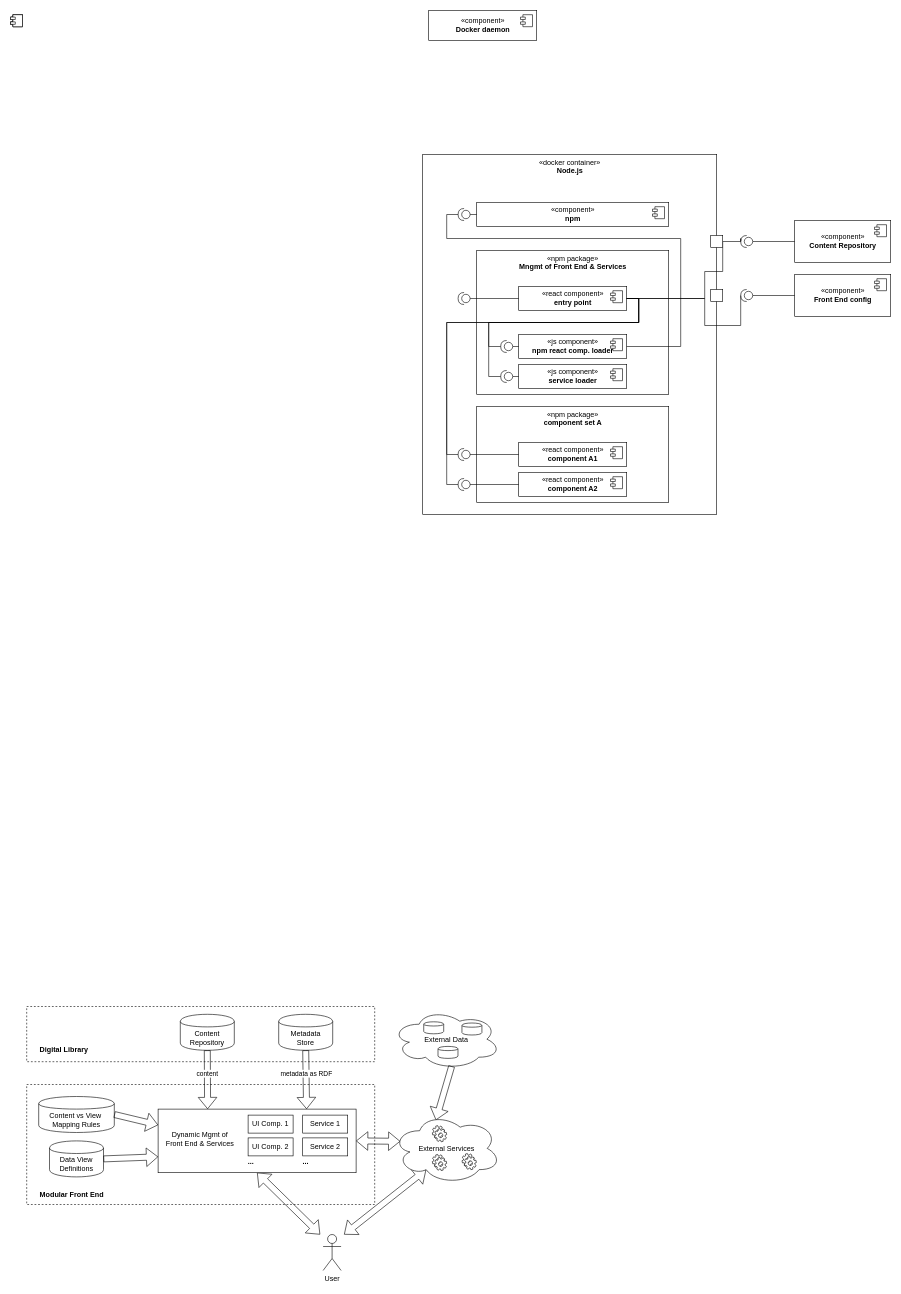
This is page "FrontEnd-UML" (3 of 3) of High Level.drawio from miguel76/ECODIGIT-architecture, a draw.io file, before an edit. Source tidied: cells renumbered, new cells numbered last; positions are measured from the earlier drawing's top-left corner, leaving out a move shared by most shapes. Both pictures are drawn from the tidied source at 60%, with x=0, y=0 at pixel (26, 10).
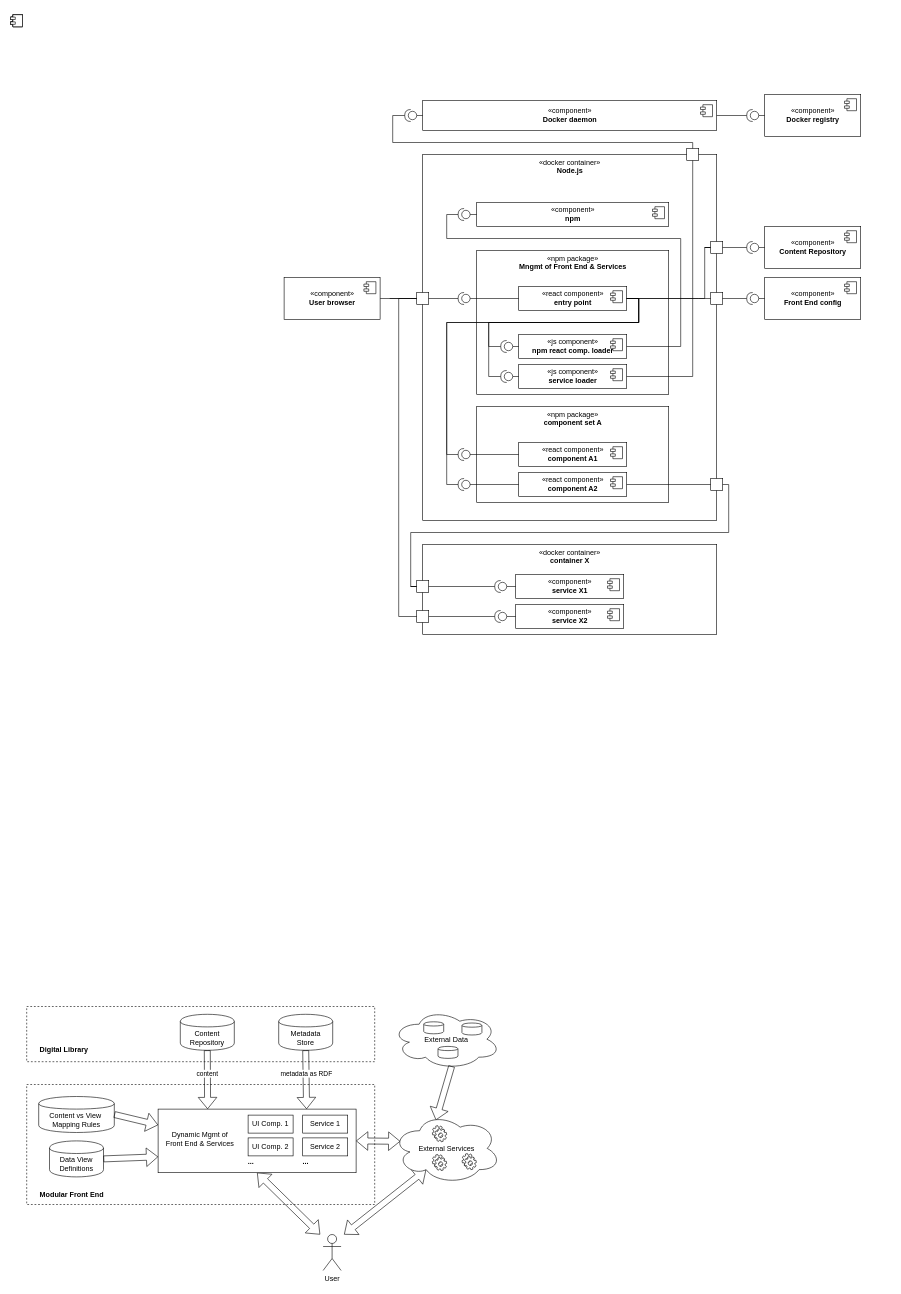
After the change.

Unchanged cells that the change refers to:
```xml
<mxCell id="55" value="«js component»&lt;br&gt;&lt;b&gt;service loader&lt;/b&gt;" style="html=1;" parent="1" vertex="1">
  <mxGeometry x="820" y="590" width="180" height="40" as="geometry" />
</mxCell>
<mxCell id="60" value="«react component»&lt;br&gt;&lt;b&gt;entry point&lt;/b&gt;" style="html=1;" parent="1" vertex="1">
  <mxGeometry x="820" y="460" width="180" height="40" as="geometry" />
</mxCell>
<mxCell id="63" style="shape=providedRequiredInterface;html=1;verticalLabelPosition=bottom;direction=west;" parent="1" vertex="1">
  <mxGeometry x="719" y="470" width="20" height="20" as="geometry" />
</mxCell>
<mxCell id="77" value="«react component»&lt;br&gt;&lt;b&gt;component A2&lt;/b&gt;" style="html=1;" parent="1" vertex="1">
  <mxGeometry x="820" y="770" width="180" height="40" as="geometry" />
</mxCell>
```

The edit, as a diff of the source:
```diff
@@
     <mxCell id="39" value="«component»&lt;br&gt;&lt;b&gt;Docker daemon&lt;/b&gt;" style="html=1;" parent="1" vertex="1">
-      <mxGeometry x="670" width="180" height="50" as="geometry" />
+      <mxGeometry x="660" y="150" width="490" height="50" as="geometry" />
     </mxCell>
@@
     <mxCell id="41" value="«docker container»&lt;br&gt;&lt;b&gt;Node.js&lt;/b&gt;" style="html=1;verticalAlign=top;" parent="1" vertex="1">
-      <mxGeometry x="660" y="240" width="490" height="600" as="geometry" />
+      <mxGeometry x="660" y="240" width="490" height="610" as="geometry" />
     </mxCell>
@@
     <mxCell id="45" value="«component»&lt;br&gt;&lt;b&gt;Content Repository&lt;br&gt;&lt;/b&gt;" style="html=1;" parent="1" vertex="1">
-      <mxGeometry x="1280" y="350" width="160" height="70" as="geometry" />
+      <mxGeometry x="1230" y="360" width="160" height="70" as="geometry" />
     </mxCell>
@@
-    <mxCell id="47" style="edgeStyle=orthogonalEdgeStyle;rounded=0;jettySize=auto;html=1;exitX=0;exitY=0.5;exitDx=0;exitDy=0;exitPerimeter=0;entryX=0;entryY=0.5;entryDx=0;entryDy=0;endArrow=none;endFill=0;" parent="1" edge="1" source="48" target="45">
-      <mxGeometry relative="1" as="geometry" />
-    </mxCell>
-    <mxCell id="48" style="shape=providedRequiredInterface;html=1;verticalLabelPosition=bottom;direction=west;" parent="1" vertex="1">
-      <mxGeometry x="1190" y="375" width="20" height="20" as="geometry" />
-    </mxCell>
@@
+    <mxCell id="89" style="edgeStyle=orthogonalEdgeStyle;rounded=0;jettySize=auto;html=1;exitX=1;exitY=0.5;exitDx=0;exitDy=0;entryX=1;entryY=0.5;entryDx=0;entryDy=0;entryPerimeter=0;endArrow=none;endFill=0;" parent="1" edge="1" source="99" target="92">
+      <mxGeometry relative="1" as="geometry">
+        <Array as="points">
+          <mxPoint x="1110" y="240" />
+          <mxPoint x="1110" y="220" />
+          <mxPoint x="610" y="220" />
+          <mxPoint x="610" y="175" />
+        </Array>
+      </mxGeometry>
+    </mxCell>
@@
+    <mxCell id="90" style="edgeStyle=orthogonalEdgeStyle;rounded=0;jettySize=auto;html=1;exitX=1;exitY=0.5;exitDx=0;exitDy=0;exitPerimeter=0;entryX=1;entryY=0.5;entryDx=0;entryDy=0;endArrow=none;endFill=0;" parent="1" edge="1" source="63" target="110">
+      <mxGeometry relative="1" as="geometry" />
+    </mxCell>
@@
-    <mxCell id="80" style="edgeStyle=orthogonalEdgeStyle;rounded=0;jettySize=auto;html=1;exitX=1;exitY=0.5;exitDx=0;exitDy=0;exitPerimeter=0;entryX=1;entryY=0.5;entryDx=0;entryDy=0;endArrow=none;endFill=0;" parent="1" edge="1" source="87" target="60">
-      <mxGeometry relative="1" as="geometry">
-        <Array as="points">
-          <mxPoint x="1130" y="435" />
-          <mxPoint x="1130" y="480" />
-        </Array>
-      </mxGeometry>
-    </mxCell>
     <mxCell id="81" value="«component»&lt;br&gt;&lt;b&gt;Front End config&lt;br&gt;&lt;/b&gt;" style="html=1;" parent="1" vertex="1">
-      <mxGeometry x="1280" y="440" width="160" height="70" as="geometry" />
+      <mxGeometry x="1230" y="445" width="160" height="70" as="geometry" />
     </mxCell>
@@
-    <mxCell id="83" style="edgeStyle=orthogonalEdgeStyle;rounded=0;jettySize=auto;html=1;exitX=0;exitY=0.5;exitDx=0;exitDy=0;exitPerimeter=0;entryX=0;entryY=0.5;entryDx=0;entryDy=0;endArrow=none;endFill=0;" parent="1" edge="1" source="85" target="81">
-      <mxGeometry relative="1" as="geometry" />
-    </mxCell>
-    <mxCell id="84" style="edgeStyle=orthogonalEdgeStyle;rounded=0;jettySize=auto;html=1;exitX=1;exitY=0.5;exitDx=0;exitDy=0;exitPerimeter=0;entryX=1;entryY=0.5;entryDx=0;entryDy=0;endArrow=none;endFill=0;" parent="1" edge="1" source="85" target="60">
+    <mxCell id="84" style="edgeStyle=orthogonalEdgeStyle;rounded=0;jettySize=auto;html=1;exitX=1;exitY=0.5;exitDx=0;exitDy=0;entryX=1;entryY=0.5;entryDx=0;entryDy=0;endArrow=none;endFill=0;exitPerimeter=0;" parent="1" edge="1" source="102" target="60">
       <mxGeometry relative="1" as="geometry">
         <Array as="points">
-          <mxPoint x="1130" y="525" />
-          <mxPoint x="1130" y="480" />
+          <mxPoint x="1120" y="480" />
+          <mxPoint x="1120" y="480" />
         </Array>
       </mxGeometry>
     </mxCell>
-    <mxCell id="85" style="shape=providedRequiredInterface;html=1;verticalLabelPosition=bottom;direction=west;" parent="1" vertex="1">
-      <mxGeometry x="1190" y="465" width="20" height="20" as="geometry" />
-    </mxCell>
-    <mxCell id="86" style="edgeStyle=orthogonalEdgeStyle;rounded=0;jettySize=auto;html=1;exitX=1;exitY=0.5;exitDx=0;exitDy=0;exitPerimeter=0;endArrow=none;endFill=0;entryX=1;entryY=0.5;entryDx=0;entryDy=0;" parent="1" edge="1" source="48" target="87">
-      <mxGeometry relative="1" as="geometry">
-        <Array as="points">
-          <mxPoint x="1190" y="380" />
-          <mxPoint x="1190" y="380" />
-        </Array>
-      </mxGeometry>
-    </mxCell>
-    <mxCell id="87" style="whiteSpace=wrap;html=1;" parent="1" vertex="1">
-      <mxGeometry x="1140" y="375" width="20" height="20" as="geometry" />
-    </mxCell>
-    <mxCell id="88" style="whiteSpace=wrap;html=1;" parent="1" vertex="1">
-      <mxGeometry x="1140" y="465" width="20" height="20" as="geometry" />
-    </mxCell>
+    <mxCell id="91" style="edgeStyle=orthogonalEdgeStyle;rounded=0;jettySize=auto;html=1;exitX=0;exitY=0.5;exitDx=0;exitDy=0;exitPerimeter=0;entryX=0;entryY=0.5;entryDx=0;entryDy=0;endArrow=none;endFill=0;" parent="1" edge="1" source="92" target="39">
+      <mxGeometry relative="1" as="geometry" />
+    </mxCell>
+    <mxCell id="92" style="shape=providedRequiredInterface;html=1;verticalLabelPosition=bottom;direction=west;" parent="1" vertex="1">
+      <mxGeometry x="630" y="165" width="20" height="20" as="geometry" />
+    </mxCell>
+    <mxCell id="93" style="edgeStyle=orthogonalEdgeStyle;rounded=0;jettySize=auto;html=1;exitX=0;exitY=0.5;exitDx=0;exitDy=0;exitPerimeter=0;entryX=0;entryY=0.5;entryDx=0;entryDy=0;endArrow=none;endFill=0;" parent="1" edge="1" source="94" target="81">
+      <mxGeometry relative="1" as="geometry" />
+    </mxCell>
+    <mxCell id="94" style="shape=providedRequiredInterface;html=1;verticalLabelPosition=bottom;direction=west;" parent="1" vertex="1">
+      <mxGeometry x="1200" y="470" width="20" height="20" as="geometry" />
+    </mxCell>
+    <mxCell id="95" style="edgeStyle=orthogonalEdgeStyle;rounded=0;jettySize=auto;html=1;exitX=0;exitY=0.5;exitDx=0;exitDy=0;exitPerimeter=0;entryX=0;entryY=0.5;entryDx=0;entryDy=0;endArrow=none;endFill=0;" parent="1" edge="1" source="97" target="45">
+      <mxGeometry relative="1" as="geometry" />
+    </mxCell>
+    <mxCell id="96" style="edgeStyle=orthogonalEdgeStyle;rounded=0;jettySize=auto;html=1;exitX=1;exitY=0.5;exitDx=0;exitDy=0;exitPerimeter=0;entryX=1;entryY=0.5;entryDx=0;entryDy=0;endArrow=none;endFill=0;" parent="1" edge="1" source="101" target="60">
+      <mxGeometry relative="1" as="geometry">
+        <Array as="points">
+          <mxPoint x="1130" y="395" />
+          <mxPoint x="1130" y="480" />
+        </Array>
+      </mxGeometry>
+    </mxCell>
+    <mxCell id="97" style="shape=providedRequiredInterface;html=1;verticalLabelPosition=bottom;direction=west;" parent="1" vertex="1">
+      <mxGeometry x="1200" y="385" width="20" height="20" as="geometry" />
+    </mxCell>
+    <mxCell id="98" style="edgeStyle=orthogonalEdgeStyle;rounded=0;jettySize=auto;html=1;exitX=1;exitY=0.5;exitDx=0;exitDy=0;entryX=1;entryY=0.5;entryDx=0;entryDy=0;entryPerimeter=0;endArrow=none;endFill=0;" parent="1" edge="1" source="55" target="99">
+      <mxGeometry relative="1" as="geometry">
+        <Array as="points">
+          <mxPoint x="1110" y="610" />
+          <mxPoint x="1110" y="240" />
+        </Array>
+      </mxGeometry>
+    </mxCell>
+    <mxCell id="99" style="whiteSpace=wrap;html=1;" parent="1" vertex="1">
+      <mxGeometry x="1100" y="230" width="20" height="20" as="geometry" />
+    </mxCell>
+    <mxCell id="100" style="edgeStyle=orthogonalEdgeStyle;rounded=0;jettySize=auto;html=1;exitX=1;exitY=0.5;exitDx=0;exitDy=0;exitPerimeter=0;entryX=1;entryY=0.5;entryDx=0;entryDy=0;endArrow=none;endFill=0;" parent="1" edge="1" source="97" target="101">
+      <mxGeometry relative="1" as="geometry">
+        <Array as="points">
+          <mxPoint x="1130" y="395" />
+          <mxPoint x="1130" y="395" />
+        </Array>
+      </mxGeometry>
+    </mxCell>
+    <mxCell id="101" style="whiteSpace=wrap;html=1;" parent="1" vertex="1">
+      <mxGeometry x="1140" y="385" width="20" height="20" as="geometry" />
+    </mxCell>
+    <mxCell id="102" style="whiteSpace=wrap;html=1;" parent="1" vertex="1">
+      <mxGeometry x="1140" y="470" width="20" height="20" as="geometry" />
+    </mxCell>
+    <mxCell id="103" style="edgeStyle=orthogonalEdgeStyle;rounded=0;jettySize=auto;html=1;exitX=1;exitY=0.5;exitDx=0;exitDy=0;entryX=1;entryY=0.5;entryDx=0;entryDy=0;endArrow=none;endFill=0;exitPerimeter=0;" parent="1" edge="1" source="94" target="102">
+      <mxGeometry relative="1" as="geometry" />
+    </mxCell>
+    <mxCell id="104" value="«component»&lt;br&gt;&lt;b&gt;Docker registry&lt;br&gt;&lt;/b&gt;" style="html=1;" parent="1" vertex="1">
+      <mxGeometry x="1230" y="140" width="160" height="70" as="geometry" />
+    </mxCell>
+    <mxCell id="105" style="shape=component;jettyWidth=8;jettyHeight=4;" parent="104" vertex="1">
+      <mxGeometry x="1" width="20" height="20" relative="1" as="geometry">
+        <mxPoint x="-27" y="7" as="offset" />
+      </mxGeometry>
+    </mxCell>
+    <mxCell id="106" style="edgeStyle=orthogonalEdgeStyle;rounded=0;jettySize=auto;html=1;exitX=0;exitY=0.5;exitDx=0;exitDy=0;exitPerimeter=0;entryX=0;entryY=0.5;entryDx=0;entryDy=0;endArrow=none;endFill=0;" parent="1" edge="1" source="108" target="104">
+      <mxGeometry relative="1" as="geometry" />
+    </mxCell>
+    <mxCell id="107" style="edgeStyle=orthogonalEdgeStyle;rounded=0;jettySize=auto;html=1;exitX=1;exitY=0.5;exitDx=0;exitDy=0;exitPerimeter=0;entryX=1;entryY=0.5;entryDx=0;entryDy=0;endArrow=none;endFill=0;" parent="1" edge="1" source="108" target="39">
+      <mxGeometry relative="1" as="geometry" />
+    </mxCell>
+    <mxCell id="108" style="shape=providedRequiredInterface;html=1;verticalLabelPosition=bottom;direction=west;" parent="1" vertex="1">
+      <mxGeometry x="1200" y="165" width="20" height="20" as="geometry" />
+    </mxCell>
+    <mxCell id="109" value="«docker container»&lt;br&gt;&lt;b&gt;container X&lt;br&gt;&lt;/b&gt;" style="html=1;verticalAlign=top;" parent="1" vertex="1">
+      <mxGeometry x="660" y="890" width="490" height="150" as="geometry" />
+    </mxCell>
+    <mxCell id="110" value="«component»&lt;br&gt;&lt;b&gt;User browser&lt;br&gt;&lt;/b&gt;" style="html=1;" parent="1" vertex="1">
+      <mxGeometry x="429" y="445" width="160" height="70" as="geometry" />
+    </mxCell>
+    <mxCell id="111" style="shape=component;jettyWidth=8;jettyHeight=4;" parent="110" vertex="1">
+      <mxGeometry x="1" width="20" height="20" relative="1" as="geometry">
+        <mxPoint x="-27" y="7" as="offset" />
+      </mxGeometry>
+    </mxCell>
+    <mxCell id="112" style="shape=component;jettyWidth=8;jettyHeight=4;" parent="1" vertex="1">
+      <mxGeometry x="1" width="20" height="20" relative="1" as="geometry">
+        <mxPoint x="-27" y="7" as="offset" />
+      </mxGeometry>
+    </mxCell>
+    <mxCell id="113" value="«component»&lt;br&gt;&lt;b&gt;service X1&lt;/b&gt;" style="html=1;" parent="1" vertex="1">
+      <mxGeometry x="815" y="940" width="180" height="40" as="geometry" />
+    </mxCell>
+    <mxCell id="114" style="shape=component;jettyWidth=8;jettyHeight=4;" parent="113" vertex="1">
+      <mxGeometry x="1" width="20" height="20" relative="1" as="geometry">
+        <mxPoint x="-27" y="7" as="offset" />
+      </mxGeometry>
+    </mxCell>
+    <mxCell id="115" value="«component»&lt;br&gt;&lt;b&gt;service X2&lt;/b&gt;" style="html=1;" parent="1" vertex="1">
+      <mxGeometry x="815" y="990" width="180" height="40" as="geometry" />
+    </mxCell>
+    <mxCell id="116" style="shape=component;jettyWidth=8;jettyHeight=4;" parent="115" vertex="1">
+      <mxGeometry x="1" width="20" height="20" relative="1" as="geometry">
+        <mxPoint x="-27" y="7" as="offset" />
+      </mxGeometry>
+    </mxCell>
+    <mxCell id="117" style="edgeStyle=orthogonalEdgeStyle;rounded=0;jettySize=auto;html=1;exitX=0;exitY=0.5;exitDx=0;exitDy=0;exitPerimeter=0;entryX=0;entryY=0.5;entryDx=0;entryDy=0;endArrow=none;endFill=0;" parent="1" edge="1" source="118" target="113">
+      <mxGeometry relative="1" as="geometry" />
+    </mxCell>
+    <mxCell id="118" style="shape=providedRequiredInterface;html=1;verticalLabelPosition=bottom;direction=west;" parent="1" vertex="1">
+      <mxGeometry x="780" y="950" width="20" height="20" as="geometry" />
+    </mxCell>
+    <mxCell id="119" style="edgeStyle=orthogonalEdgeStyle;rounded=0;jettySize=auto;html=1;exitX=0;exitY=0.5;exitDx=0;exitDy=0;exitPerimeter=0;entryX=0;entryY=0.5;entryDx=0;entryDy=0;endArrow=none;endFill=0;" parent="1" edge="1" source="121" target="115">
+      <mxGeometry relative="1" as="geometry" />
+    </mxCell>
+    <mxCell id="120" style="edgeStyle=orthogonalEdgeStyle;rounded=0;jettySize=auto;html=1;exitX=1;exitY=0.5;exitDx=0;exitDy=0;exitPerimeter=0;endArrow=none;endFill=0;" parent="1" edge="1" source="127">
+      <mxGeometry relative="1" as="geometry">
+        <mxPoint x="605" y="480" as="targetPoint" />
+        <Array as="points">
+          <mxPoint x="640" y="480" />
+          <mxPoint x="640" y="480" />
+        </Array>
+      </mxGeometry>
+    </mxCell>
+    <mxCell id="121" style="shape=providedRequiredInterface;html=1;verticalLabelPosition=bottom;direction=west;" parent="1" vertex="1">
+      <mxGeometry x="780" y="1000" width="20" height="20" as="geometry" />
+    </mxCell>
+    <mxCell id="122" style="edgeStyle=orthogonalEdgeStyle;rounded=0;jettySize=auto;html=1;exitX=1;exitY=0.5;exitDx=0;exitDy=0;entryX=1;entryY=0.5;entryDx=0;entryDy=0;entryPerimeter=0;endArrow=none;endFill=0;" parent="1" edge="1" source="126" target="118">
+      <mxGeometry relative="1" as="geometry">
+        <Array as="points">
+          <mxPoint x="640" y="960" />
+          <mxPoint x="640" y="960" />
+        </Array>
+      </mxGeometry>
+    </mxCell>
+    <mxCell id="123" style="edgeStyle=orthogonalEdgeStyle;rounded=0;jettySize=auto;html=1;exitX=1;exitY=0.5;exitDx=0;exitDy=0;entryX=1;entryY=0.5;entryDx=0;entryDy=0;entryPerimeter=0;endArrow=none;endFill=0;" parent="1" edge="1" source="77" target="126">
+      <mxGeometry relative="1" as="geometry">
+        <Array as="points">
+          <mxPoint x="1170" y="790" />
+          <mxPoint x="1170" y="870" />
+          <mxPoint x="640" y="870" />
+          <mxPoint x="640" y="960" />
+        </Array>
+      </mxGeometry>
+    </mxCell>
+    <mxCell id="124" style="whiteSpace=wrap;html=1;" parent="1" vertex="1">
+      <mxGeometry x="1140" y="780" width="20" height="20" as="geometry" />
+    </mxCell>
+    <mxCell id="125" style="edgeStyle=orthogonalEdgeStyle;rounded=0;jettySize=auto;html=1;exitX=1;exitY=0.5;exitDx=0;exitDy=0;entryX=1;entryY=0.5;entryDx=0;entryDy=0;entryPerimeter=0;endArrow=none;endFill=0;" parent="1" edge="1" source="129" target="121">
+      <mxGeometry relative="1" as="geometry" />
+    </mxCell>
+    <mxCell id="126" style="whiteSpace=wrap;html=1;" parent="1" vertex="1">
+      <mxGeometry x="650" y="950" width="20" height="20" as="geometry" />
+    </mxCell>
+    <mxCell id="127" style="whiteSpace=wrap;html=1;" parent="1" vertex="1">
+      <mxGeometry x="650" y="470" width="20" height="20" as="geometry" />
+    </mxCell>
+    <mxCell id="128" style="edgeStyle=orthogonalEdgeStyle;rounded=0;jettySize=auto;html=1;exitX=1;exitY=0.5;exitDx=0;exitDy=0;exitPerimeter=0;endArrow=none;endFill=0;" parent="1" edge="1" source="129" target="127">
+      <mxGeometry relative="1" as="geometry">
+        <Array as="points">
+          <mxPoint x="620" y="1010" />
+          <mxPoint x="620" y="480" />
+        </Array>
+      </mxGeometry>
+    </mxCell>
+    <mxCell id="129" style="whiteSpace=wrap;html=1;" parent="1" vertex="1">
+      <mxGeometry x="650" y="1000" width="20" height="20" as="geometry" />
+    </mxCell>
```
